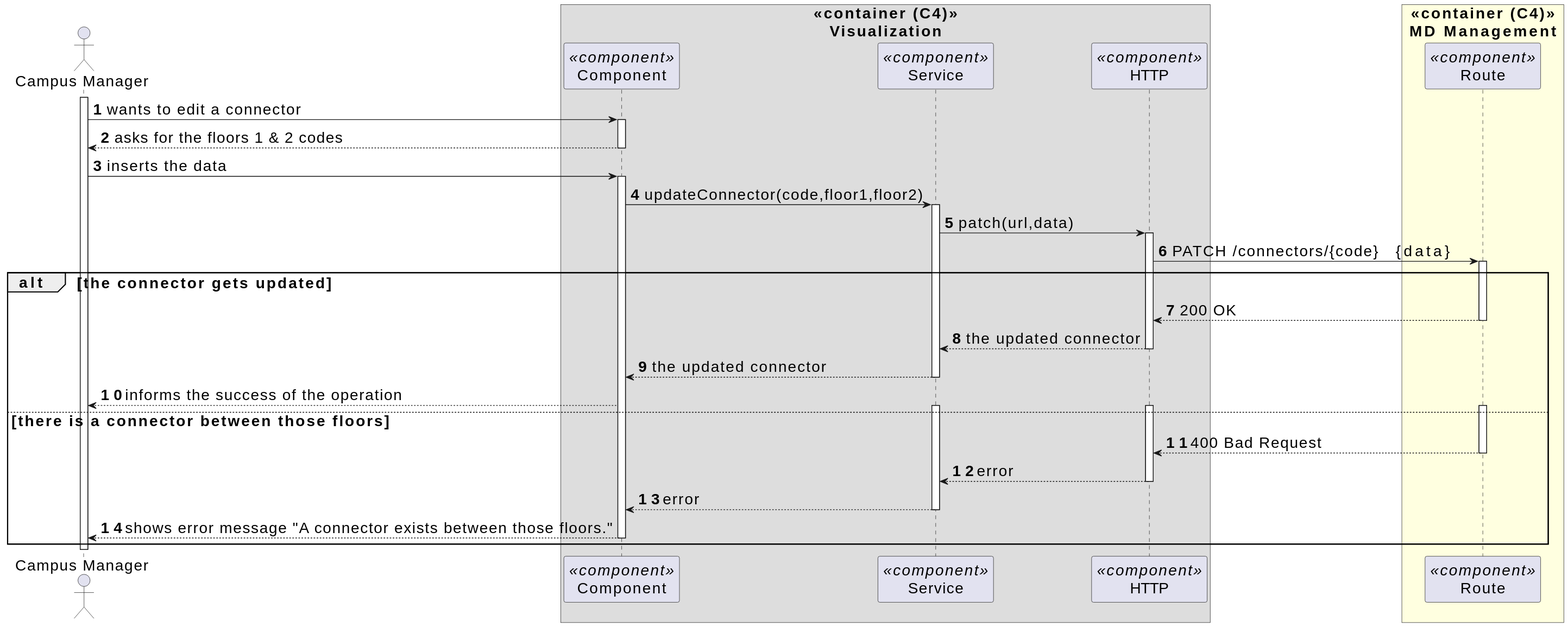
miseEnPlace-dev/lapr5 keeps this PlantUML diagram as _wiki/sprint-b/us34-1180/views/level-3/assets/process-view.svg. Above is the earlier version.
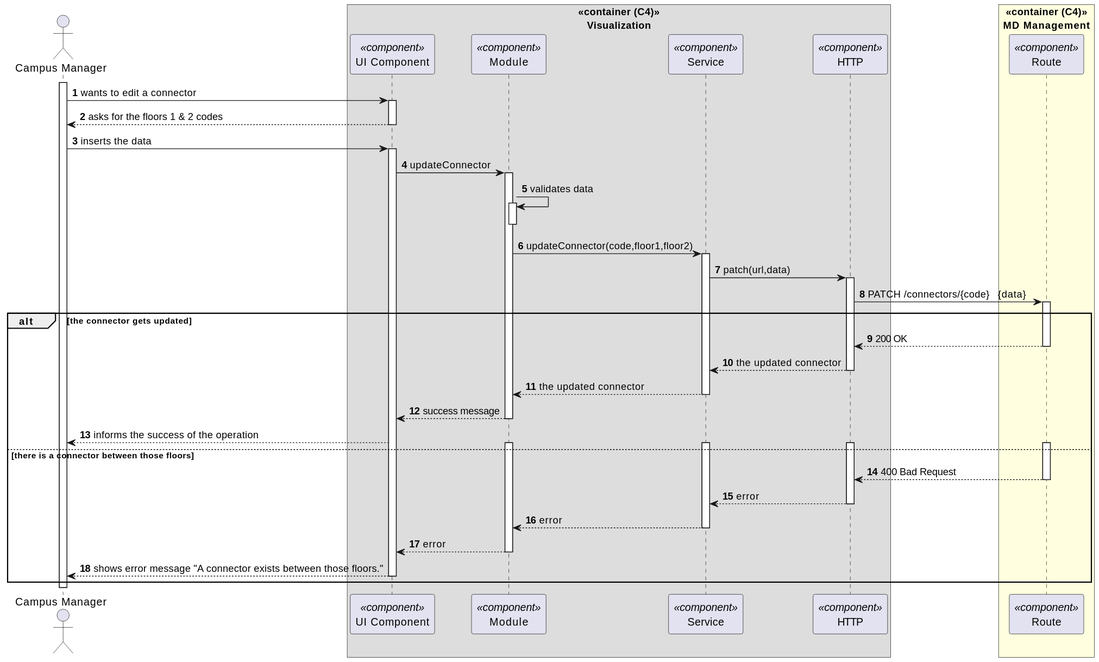
Above is the later version.

Change to the diagram source:
```diff
@@ -1,12 +1,12 @@
-@startuml
-skinparamlocked defaultFontSize 20
+@startuml process-view
 autonumber
 skinparam DefaultTextAlignment<<center>> center
 
 actor CM as "Campus Manager"
 
 box "«container (C4)»\nVisualization" <<center>>
-  participant C as "Component" <<component>>
+  participant C as "UI Component" <<component>>
+  participant M as "Module" <<component>>
   participant SVC as "Service" <<component>>
   participant H as "HTTP" <<component>>
 end box
@@ -26,7 +26,14 @@
 CM -> C : inserts the data
 activate C
 
-C -> SVC : updateConnector(code,floor1,floor2)
+C -> M : updateConnector
+activate M
+
+M -> M : validates data
+activate M
+deactivate M
+
+M -> SVC : updateConnector(code,floor1,floor2)
 activate SVC
 
 SVC -> H : patch(url,data)
@@ -42,12 +49,16 @@
   SVC <-- H : the updated connector
   deactivate H
 
-  C <-- SVC : the updated connector
+  M <-- SVC : the updated connector
   deactivate SVC
+
+  C <-- M : success message
+  deactivate M
 
   CM <-- C : informs the success of the operation
 else there is a connector between those floors
   activate H
+  activate M
   activate SVC
   activate ROUTE
 
@@ -57,12 +68,16 @@
   SVC <-- H : error
   deactivate H
 
-  C <-- SVC : error
+  M <-- SVC : error
   deactivate SVC
+
+  C <-- M : error
+  deactivate M
 
   CM <-- C : shows error message "A connector exists between those floors."
   deactivate C
 end
 
 deactivate CM
+
 @enduml
```
